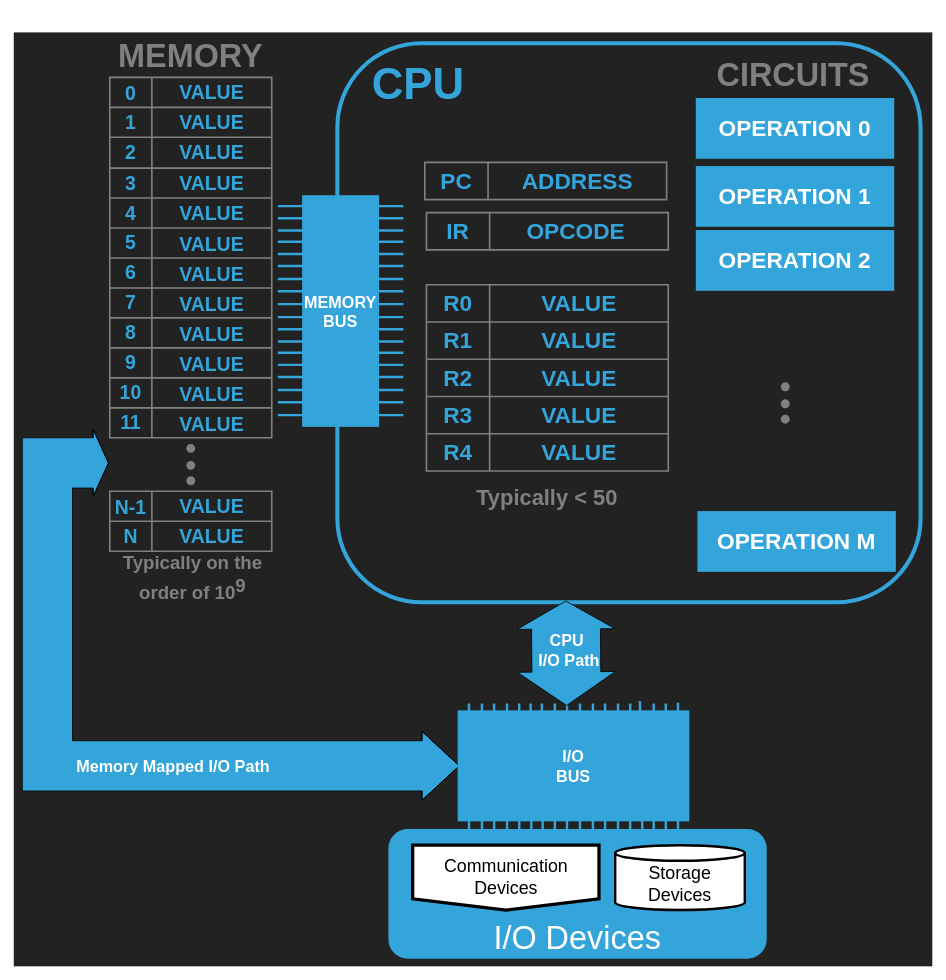
Before: page "Copy of Page-1" (2 of 2) of underthecovers/images/src/VNA.drawio in jappavoo/UndertheCovers, a draw.io diagram. Source tidied: cells renumbered, new cells numbered last; positions are measured from the earlier drawing's top-left corner, leaving out a move shared by most shapes. Both pictures are drawn from the tidied source at 81%, with x=0, y=0 at pixel (15, 31).
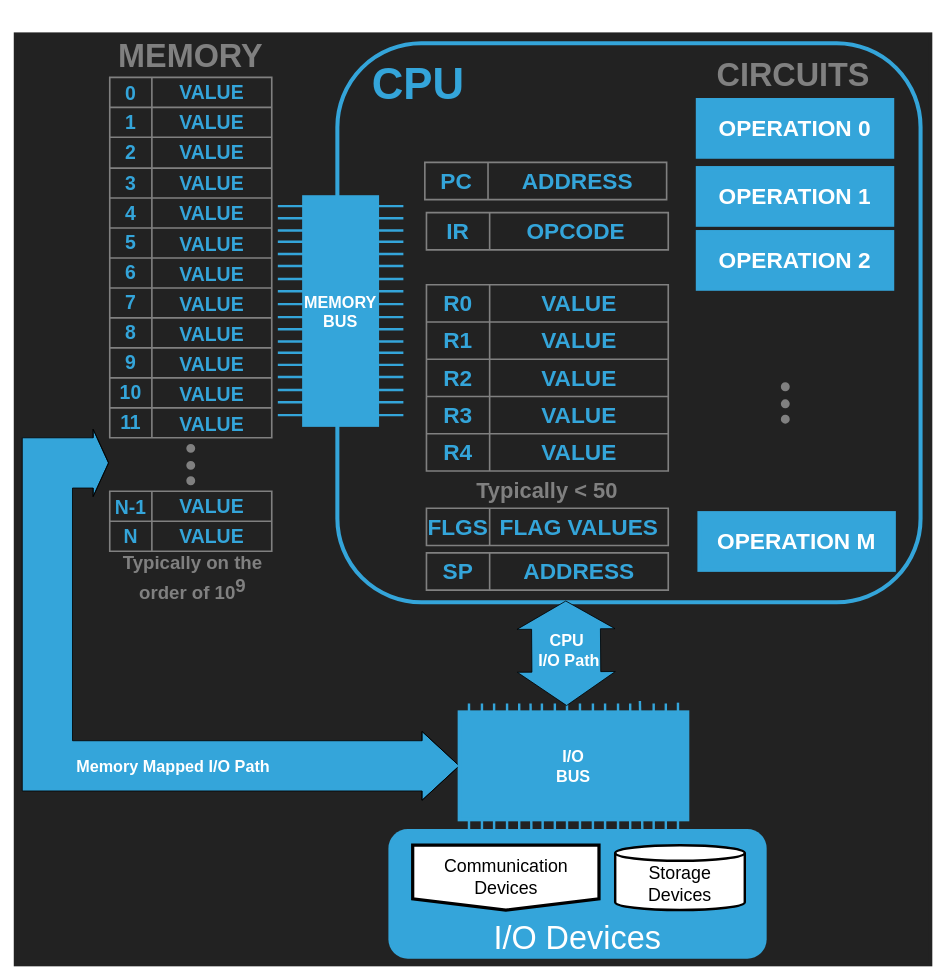
The same page after the edit.

The edit, as a diff of the source:
```diff
@@
     <mxCell id="33" value="&lt;h1 style=&quot;font-size: 27px&quot;&gt;&lt;font style=&quot;font-size: 27px&quot;&gt;Typically &amp;lt; 50&lt;/font&gt;&lt;/h1&gt;" style="rounded=0;whiteSpace=wrap;html=1;strokeColor=none;strokeWidth=5;fillColor=none;fontSize=27;fontStyle=0;fontFamily=Helvetica;fontColor=#808080;" parent="16" vertex="1">
-      <mxGeometry x="556.2" y="547" width="200" height="60" as="geometry" />
+      <mxGeometry x="556.2" y="538" width="200" height="60" as="geometry" />
     </mxCell>
@@
+    <mxCell id="145" style="shape=table;startSize=0;childLayout=tableLayout;fontFamily=Helvetica;fontSize=28;fontColor=#34A5DA;strokeColor=#808080;strokeWidth=2;fillColor=none;fontStyle=1;swimlaneLine=1;" parent="116" vertex="1">
+      <mxGeometry x="507" y="589" width="298.5" height="46" as="geometry" />
+    </mxCell>
+    <mxCell id="146" style="shape=tableRow;horizontal=0;startSize=0;swimlaneHead=0;swimlaneBody=0;top=0;left=0;bottom=0;right=0;fillColor=none;fontFamily=Helvetica;fontSize=28;fontColor=#808080;strokeColor=#222222;strokeWidth=2;swimlaneLine=1;" parent="145" vertex="1">
+      <mxGeometry width="298.5" height="46" as="geometry" />
+    </mxCell>
+    <mxCell id="147" value="&lt;font color=&quot;#34a5da&quot;&gt;&lt;b&gt;FLGS&lt;/b&gt;&lt;/font&gt;" style="shape=partialRectangle;html=1;whiteSpace=wrap;overflow=hidden;fillColor=none;top=0;left=0;bottom=0;right=0;fontFamily=Helvetica;fontSize=28;fontColor=#808080;strokeColor=none;strokeWidth=2;swimlaneLine=1;" parent="146" vertex="1">
+      <mxGeometry width="78" height="46" as="geometry" />
+    </mxCell>
+    <mxCell id="148" value="&lt;font color=&quot;#34a5da&quot;&gt;&lt;b&gt;FLAG VALUES&lt;/b&gt;&lt;/font&gt;" style="shape=partialRectangle;html=1;whiteSpace=wrap;overflow=hidden;fillColor=none;top=0;left=0;bottom=0;right=0;fontFamily=Helvetica;fontSize=28;fontColor=#808080;strokeColor=#222222;strokeWidth=2;swimlaneLine=1;" parent="146" vertex="1">
+      <mxGeometry x="78" width="221" height="46" as="geometry" />
+    </mxCell>
+    <mxCell id="149" style="shape=table;startSize=0;childLayout=tableLayout;fontFamily=Helvetica;fontSize=28;fontColor=#34A5DA;strokeColor=#808080;strokeWidth=2;fillColor=none;fontStyle=1;swimlaneLine=1;" parent="116" vertex="1">
+      <mxGeometry x="507" y="644" width="298.5" height="46" as="geometry" />
+    </mxCell>
+    <mxCell id="150" style="shape=tableRow;horizontal=0;startSize=0;swimlaneHead=0;swimlaneBody=0;top=0;left=0;bottom=0;right=0;fillColor=none;fontFamily=Helvetica;fontSize=28;fontColor=#808080;strokeColor=#222222;strokeWidth=2;swimlaneLine=1;" parent="149" vertex="1">
+      <mxGeometry width="298.5" height="46" as="geometry" />
+    </mxCell>
+    <mxCell id="151" value="&lt;font color=&quot;#34a5da&quot;&gt;&lt;b&gt;SP&lt;/b&gt;&lt;/font&gt;" style="shape=partialRectangle;html=1;whiteSpace=wrap;overflow=hidden;fillColor=none;top=0;left=0;bottom=0;right=0;fontFamily=Helvetica;fontSize=28;fontColor=#808080;strokeColor=none;strokeWidth=2;swimlaneLine=1;" parent="150" vertex="1">
+      <mxGeometry width="78" height="46" as="geometry" />
+    </mxCell>
+    <mxCell id="152" value="&lt;font color=&quot;#34a5da&quot;&gt;&lt;b&gt;ADDRESS&lt;/b&gt;&lt;/font&gt;" style="shape=partialRectangle;html=1;whiteSpace=wrap;overflow=hidden;fillColor=none;top=0;left=0;bottom=0;right=0;fontFamily=Helvetica;fontSize=28;fontColor=#808080;strokeColor=#222222;strokeWidth=2;swimlaneLine=1;" parent="150" vertex="1">
+      <mxGeometry x="78" width="221" height="46" as="geometry" />
+    </mxCell>
```
